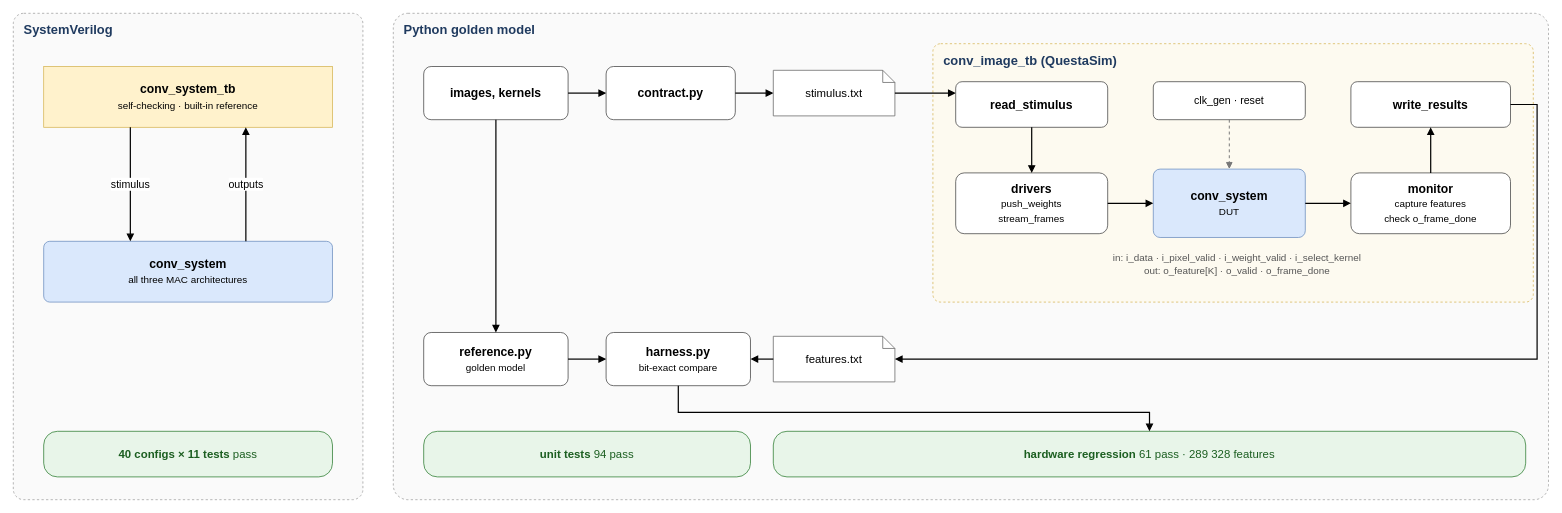
The draw.io diagram page "verification_flow" (16 of 17) of docs/resources/diagrams/report_figures.drawio in AshrafByte/FPGA-CNN-Accelerator, before the edit. Source tidied: cells renumbered, new cells numbered last; positions are measured from the earlier drawing's top-left corner, leaving out a move shared by most shapes. Both pictures are drawn from the tidied source at 76%, with x=0, y=0 at pixel (13, 13).
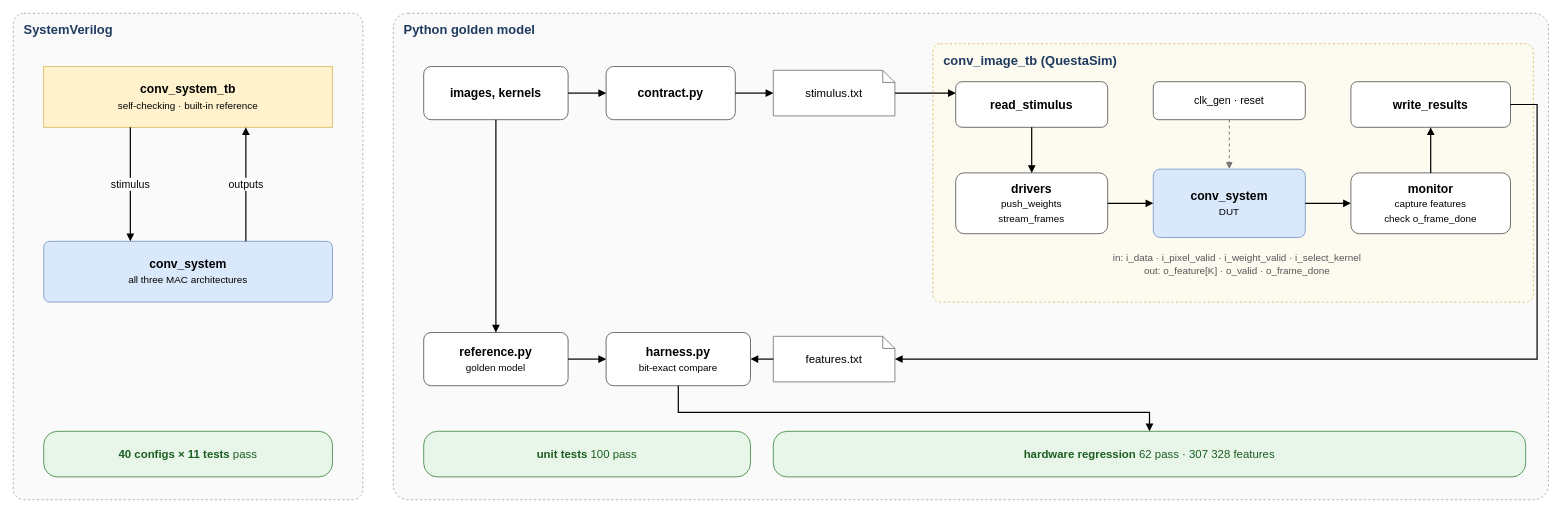
Above is the later version.

The edit, as a diff of the source:
```diff
@@
-    <mxCell id="35" value="&lt;b&gt;unit tests&lt;/b&gt;  94 pass" style="whiteSpace=wrap;html=1;fontSize=16;fontFamily=Helvetica;rounded=1;arcSize=30;fillColor=#e8f5e9;strokeColor=#2e7d32;fontColor=#1b5e20;fontSize=15;" parent="1" vertex="1">
+    <mxCell id="35" value="&lt;b&gt;unit tests&lt;/b&gt;  100 pass" style="whiteSpace=wrap;html=1;fontSize=16;fontFamily=Helvetica;rounded=1;arcSize=30;fillColor=#e8f5e9;strokeColor=#2e7d32;fontColor=#1b5e20;fontSize=15;" parent="1" vertex="1">
       <mxGeometry x="540" y="550" width="430" height="60" as="geometry" />
     </mxCell>
-    <mxCell id="36" value="&lt;b&gt;hardware regression&lt;/b&gt;  61 pass · 289 328 features" style="whiteSpace=wrap;html=1;fontSize=16;fontFamily=Helvetica;rounded=1;arcSize=30;fillColor=#e8f5e9;strokeColor=#2e7d32;fontColor=#1b5e20;fontSize=15;" parent="1" vertex="1">
+    <mxCell id="36" value="&lt;b&gt;hardware regression&lt;/b&gt;  62 pass · 307 328 features" style="whiteSpace=wrap;html=1;fontSize=16;fontFamily=Helvetica;rounded=1;arcSize=30;fillColor=#e8f5e9;strokeColor=#2e7d32;fontColor=#1b5e20;fontSize=15;" parent="1" vertex="1">
       <mxGeometry x="1000" y="550" width="990" height="60" as="geometry" />
     </mxCell>
```
